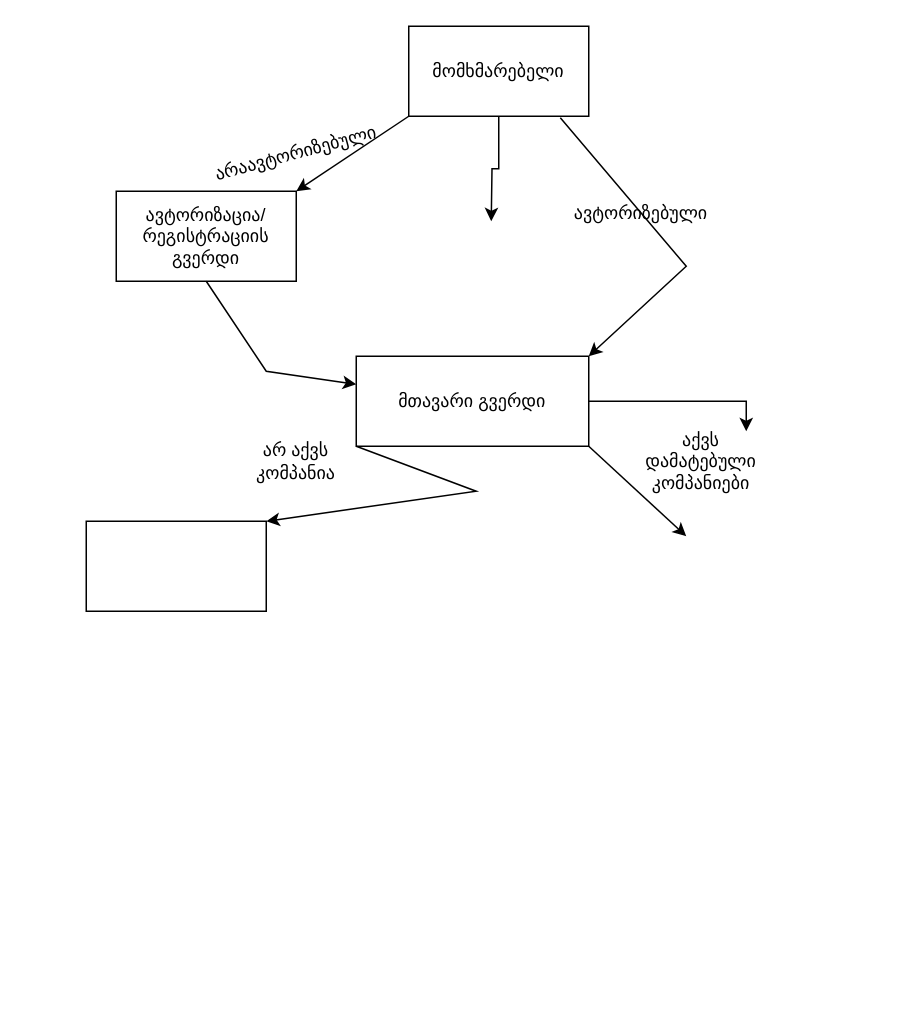
The draw.io diagram Untitled Diagram.drawio in SalyOne/-taskManagerNgrx, before the edit. Source tidied: cells renumbered, new cells numbered last; positions are measured from the earlier drawing's top-left corner, leaving out a move shared by most shapes. Both pictures are drawn from the tidied source at 150%, with x=0, y=0 at pixel (86, 26).
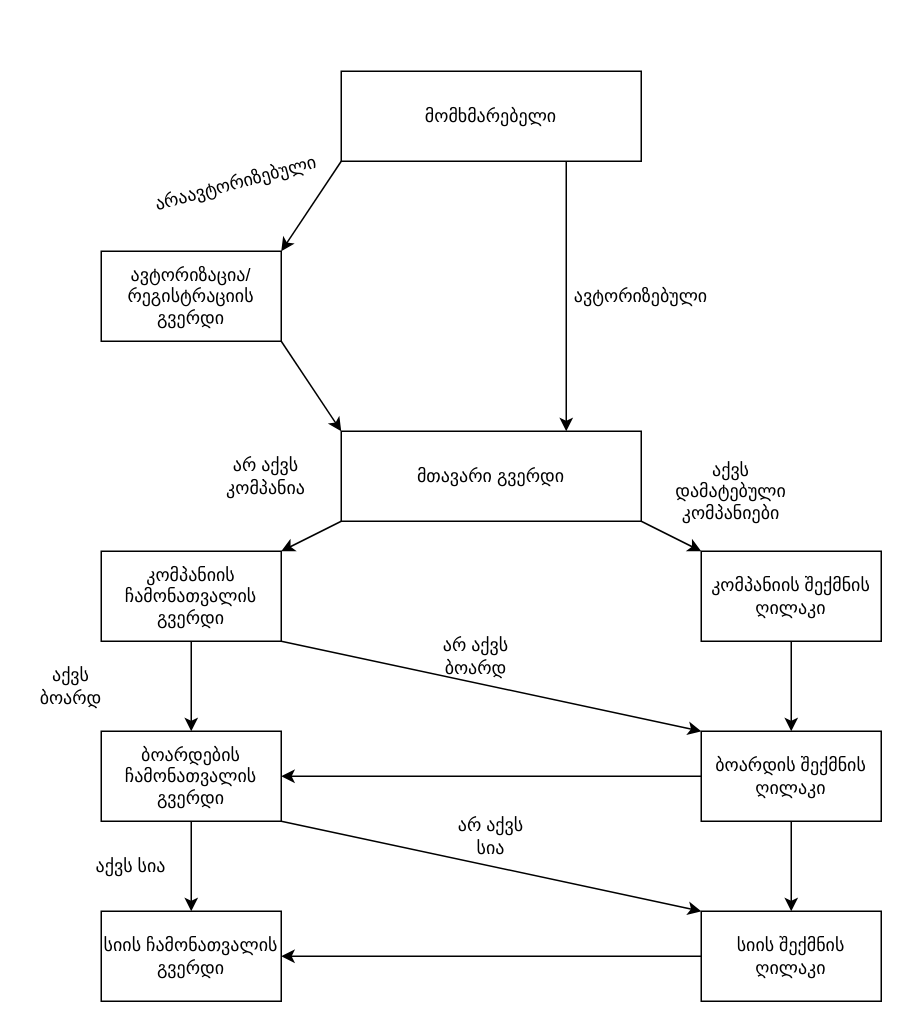
The same diagram, later.

What changed in the source:
```diff
@@
-    <mxCell id="2" style="edgeStyle=orthogonalEdgeStyle;rounded=0;jettySize=auto;html=1;exitX=0.5;exitY=1;exitDx=0;exitDy=0;" parent="1" edge="1" source="3">
-      <mxGeometry relative="1" as="geometry">
-        <mxPoint x="270" y="130" as="targetPoint" />
-      </mxGeometry>
-    </mxCell>
     <mxCell id="3" value="მომხმარებელი" style="rounded=0;whiteSpace=wrap;html=1;" parent="1" vertex="1">
-      <mxGeometry x="215" width="120" height="60" as="geometry" />
+      <mxGeometry x="170" y="30" width="200" height="60" as="geometry" />
     </mxCell>
@@
     <mxCell id="5" value="ავტორიზებული" style="text;html=1;strokeColor=none;fillColor=none;align=center;verticalAlign=middle;whiteSpace=wrap;rounded=0;" parent="1" vertex="1">
-      <mxGeometry x="340" y="110" width="60" height="30" as="geometry" />
+      <mxGeometry x="340" y="165" width="60" height="30" as="geometry" />
     </mxCell>
     <mxCell id="6" value="არაავტორიზებული" style="text;html=1;strokeColor=none;fillColor=none;align=center;verticalAlign=middle;whiteSpace=wrap;rounded=0;rotation=-15;" parent="1" vertex="1">
-      <mxGeometry x="110" y="70" width="60" height="30" as="geometry" />
+      <mxGeometry x="70" y="90" width="60" height="30" as="geometry" />
     </mxCell>
     <mxCell id="7" value="ავტორიზაცია/ რეგისტრაციის გვერდი" style="rounded=0;whiteSpace=wrap;html=1;" parent="1" vertex="1">
-      <mxGeometry x="20" y="110" width="120" height="60" as="geometry" />
+      <mxGeometry x="10" y="150" width="120" height="60" as="geometry" />
     </mxCell>
+    <mxCell id="11" value="მთავარი გვერდი" style="rounded=0;whiteSpace=wrap;html=1;" parent="1" vertex="1">
+      <mxGeometry x="170" y="270" width="200" height="60" as="geometry" />
+    </mxCell>
+    <mxCell id="12" value="კომპანიის ჩამონათვალის გვერდი" style="rounded=0;whiteSpace=wrap;html=1;" parent="1" vertex="1">
+      <mxGeometry x="10" y="350" width="120" height="60" as="geometry" />
+    </mxCell>
+    <mxCell id="14" value="არ აქვს კომპანია" style="text;html=1;strokeColor=none;fillColor=none;align=center;verticalAlign=middle;whiteSpace=wrap;rounded=0;" parent="1" vertex="1">
+      <mxGeometry x="90" y="280" width="60" height="40" as="geometry" />
+    </mxCell>
+    <mxCell id="16" value="აქვს დამატებული კომპანიები" style="text;html=1;strokeColor=none;fillColor=none;align=center;verticalAlign=middle;whiteSpace=wrap;rounded=0;" parent="1" vertex="1">
+      <mxGeometry x="400" y="290" width="60" height="40" as="geometry" />
+    </mxCell>
-    <mxCell id="8" style="endArrow=classic;html=1;rounded=0;exitX=0.842;exitY=1.017;exitDx=0;exitDy=0;exitPerimeter=0;entryX=1;entryY=0;entryDx=0;entryDy=0;" parent="1" edge="1" source="3" target="11">
-      <mxGeometry relative="1" as="geometry">
-        <Array as="points">
-          <mxPoint x="400" y="160" />
-        </Array>
-      </mxGeometry>
+    <mxCell id="8" style="endArrow=classic;html=1;rounded=0;exitX=0.75;exitY=1;exitDx=0;exitDy=0;entryX=0.75;entryY=0;entryDx=0;entryDy=0;" parent="1" edge="1" source="3" target="11">
+      <mxGeometry relative="1" as="geometry" />
     </mxCell>
-    <mxCell id="9" style="endArrow=classic;html=1;rounded=0;exitX=0.5;exitY=1;exitDx=0;exitDy=0;" parent="1" edge="1" source="7" target="11">
-      <mxGeometry relative="1" as="geometry">
-        <Array as="points">
-          <mxPoint x="120" y="230" />
-        </Array>
-      </mxGeometry>
+    <mxCell id="9" style="endArrow=classic;html=1;rounded=0;exitX=1;exitY=1;exitDx=0;exitDy=0;entryX=0;entryY=0;entryDx=0;entryDy=0;" parent="1" edge="1" source="7" target="11">
+      <mxGeometry relative="1" as="geometry" />
     </mxCell>
-    <mxCell id="10" style="edgeStyle=orthogonalEdgeStyle;rounded=0;jettySize=auto;html=1;exitX=1;exitY=0.5;exitDx=0;exitDy=0;entryX=1;entryY=0;entryDx=0;entryDy=0;" parent="1" edge="1" source="11" target="16">
-      <mxGeometry relative="1" as="geometry" />
-    </mxCell>
-    <mxCell id="11" value="მთავარი გვერდი" style="rounded=0;whiteSpace=wrap;html=1;" parent="1" vertex="1">
-      <mxGeometry x="180" y="220" width="155" height="60" as="geometry" />
-    </mxCell>
-    <mxCell id="12" style="rounded=0;whiteSpace=wrap;html=1;" parent="1" vertex="1">
-      <mxGeometry y="330" width="120" height="60" as="geometry" />
-    </mxCell>
     <mxCell id="13" style="endArrow=classic;html=1;rounded=0;exitX=0;exitY=1;exitDx=0;exitDy=0;entryX=1;entryY=0;entryDx=0;entryDy=0;" parent="1" edge="1" source="11" target="12">
-      <mxGeometry relative="1" as="geometry">
-        <Array as="points">
-          <mxPoint x="260" y="310" />
-        </Array>
-      </mxGeometry>
+      <mxGeometry relative="1" as="geometry" />
     </mxCell>
-    <mxCell id="14" value="არ აქვს კომპანია" style="text;html=1;strokeColor=none;fillColor=none;align=center;verticalAlign=middle;whiteSpace=wrap;rounded=0;" parent="1" vertex="1">
-      <mxGeometry x="110" y="270" width="60" height="40" as="geometry" />
-    </mxCell>
-    <mxCell id="15" style="endArrow=classic;html=1;rounded=0;exitX=1;exitY=1;exitDx=0;exitDy=0;" parent="1" edge="1" source="11">
-      <mxGeometry relative="1" as="geometry">
-        <mxPoint x="400" y="340" as="targetPoint" />
-      </mxGeometry>
-    </mxCell>
-    <mxCell id="16" value="აქვს დამატებული კომპანიები" style="text;html=1;strokeColor=none;fillColor=none;align=center;verticalAlign=middle;whiteSpace=wrap;rounded=0;" parent="1" vertex="1">
-      <mxGeometry x="380" y="270" width="60" height="40" as="geometry" />
-    </mxCell>
+    <mxCell id="17" style="edgeStyle=orthogonalEdgeStyle;rounded=0;jettySize=auto;html=1;" parent="1" edge="1" source="18" target="23">
+      <mxGeometry relative="1" as="geometry" />
+    </mxCell>
+    <mxCell id="18" value="კომპანიის შექმნის ღილაკი" style="rounded=0;whiteSpace=wrap;html=1;" parent="1" vertex="1">
+      <mxGeometry x="410" y="350" width="120" height="60" as="geometry" />
+    </mxCell>
+    <mxCell id="19" style="endArrow=classic;html=1;rounded=0;exitX=1;exitY=1;exitDx=0;exitDy=0;entryX=0;entryY=0;entryDx=0;entryDy=0;" parent="1" edge="1" source="11" target="18">
+      <mxGeometry relative="1" as="geometry" />
+    </mxCell>
+    <mxCell id="20" style="endArrow=classic;html=1;rounded=0;exitX=0.5;exitY=1;exitDx=0;exitDy=0;entryX=0.5;entryY=0;entryDx=0;entryDy=0;" parent="1" edge="1" source="12" target="25">
+      <mxGeometry relative="1" as="geometry" />
+    </mxCell>
+    <mxCell id="21" value="არ აქვს ბოარდ" style="text;html=1;strokeColor=none;fillColor=none;align=center;verticalAlign=middle;whiteSpace=wrap;rounded=0;" parent="1" vertex="1">
+      <mxGeometry x="230" y="400" width="60" height="40" as="geometry" />
+    </mxCell>
+    <mxCell id="22" value="აქვს ბოარდ" style="text;html=1;strokeColor=none;fillColor=none;align=center;verticalAlign=middle;whiteSpace=wrap;rounded=0;" parent="1" vertex="1">
+      <mxGeometry x="-40" y="420" width="60" height="40" as="geometry" />
+    </mxCell>
+    <mxCell id="23" value="ბოარდის შექმნის ღილაკი" style="rounded=0;whiteSpace=wrap;html=1;" parent="1" vertex="1">
+      <mxGeometry x="410" y="470" width="120" height="60" as="geometry" />
+    </mxCell>
+    <mxCell id="24" style="endArrow=classic;html=1;rounded=0;exitX=1;exitY=1;exitDx=0;exitDy=0;entryX=0;entryY=0;entryDx=0;entryDy=0;" parent="1" edge="1" source="12" target="23">
+      <mxGeometry relative="1" as="geometry" />
+    </mxCell>
+    <mxCell id="25" value="ბოარდების ჩამონათვალის გვერდი" style="rounded=0;whiteSpace=wrap;html=1;" parent="1" vertex="1">
+      <mxGeometry x="10" y="470" width="120" height="60" as="geometry" />
+    </mxCell>
+    <mxCell id="26" value="აქვს სია" style="text;html=1;strokeColor=none;fillColor=none;align=center;verticalAlign=middle;whiteSpace=wrap;rounded=0;" parent="1" vertex="1">
+      <mxGeometry y="540" width="60" height="40" as="geometry" />
+    </mxCell>
+    <mxCell id="27" value="სიის ჩამონათვალის გვერდი" style="rounded=0;whiteSpace=wrap;html=1;" parent="1" vertex="1">
+      <mxGeometry x="10" y="590" width="120" height="60" as="geometry" />
+    </mxCell>
+    <mxCell id="28" style="endArrow=classic;html=1;rounded=0;exitX=0.5;exitY=1;exitDx=0;exitDy=0;entryX=0.5;entryY=0;entryDx=0;entryDy=0;" parent="1" edge="1" source="25" target="27">
+      <mxGeometry relative="1" as="geometry" />
+    </mxCell>
+    <mxCell id="29" value="სიის შექმნის ღილაკი" style="rounded=0;whiteSpace=wrap;html=1;" parent="1" vertex="1">
+      <mxGeometry x="410" y="590" width="120" height="60" as="geometry" />
+    </mxCell>
+    <mxCell id="30" value="არ აქვს სია" style="text;html=1;strokeColor=none;fillColor=none;align=center;verticalAlign=middle;whiteSpace=wrap;rounded=0;" parent="1" vertex="1">
+      <mxGeometry x="240" y="520" width="60" height="40" as="geometry" />
+    </mxCell>
+    <mxCell id="31" style="endArrow=classic;html=1;rounded=0;entryX=0;entryY=0;entryDx=0;entryDy=0;exitX=1;exitY=1;exitDx=0;exitDy=0;" parent="1" edge="1" source="25" target="29">
+      <mxGeometry relative="1" as="geometry" />
+    </mxCell>
+    <mxCell id="32" style="endArrow=classic;html=1;rounded=0;exitX=0;exitY=0.5;exitDx=0;exitDy=0;entryX=1;entryY=0.5;entryDx=0;entryDy=0;" parent="1" edge="1" source="23" target="25">
+      <mxGeometry relative="1" as="geometry" />
+    </mxCell>
+    <mxCell id="33" style="endArrow=classic;html=1;rounded=0;exitX=0;exitY=0.5;exitDx=0;exitDy=0;entryX=1;entryY=0.5;entryDx=0;entryDy=0;" parent="1" edge="1" source="29" target="27">
+      <mxGeometry relative="1" as="geometry" />
+    </mxCell>
+    <mxCell id="34" style="endArrow=classic;html=1;rounded=0;entryX=0.5;entryY=0;entryDx=0;entryDy=0;exitX=0.5;exitY=1;exitDx=0;exitDy=0;" parent="1" edge="1" source="23" target="29">
+      <mxGeometry relative="1" as="geometry" />
+    </mxCell>
```
